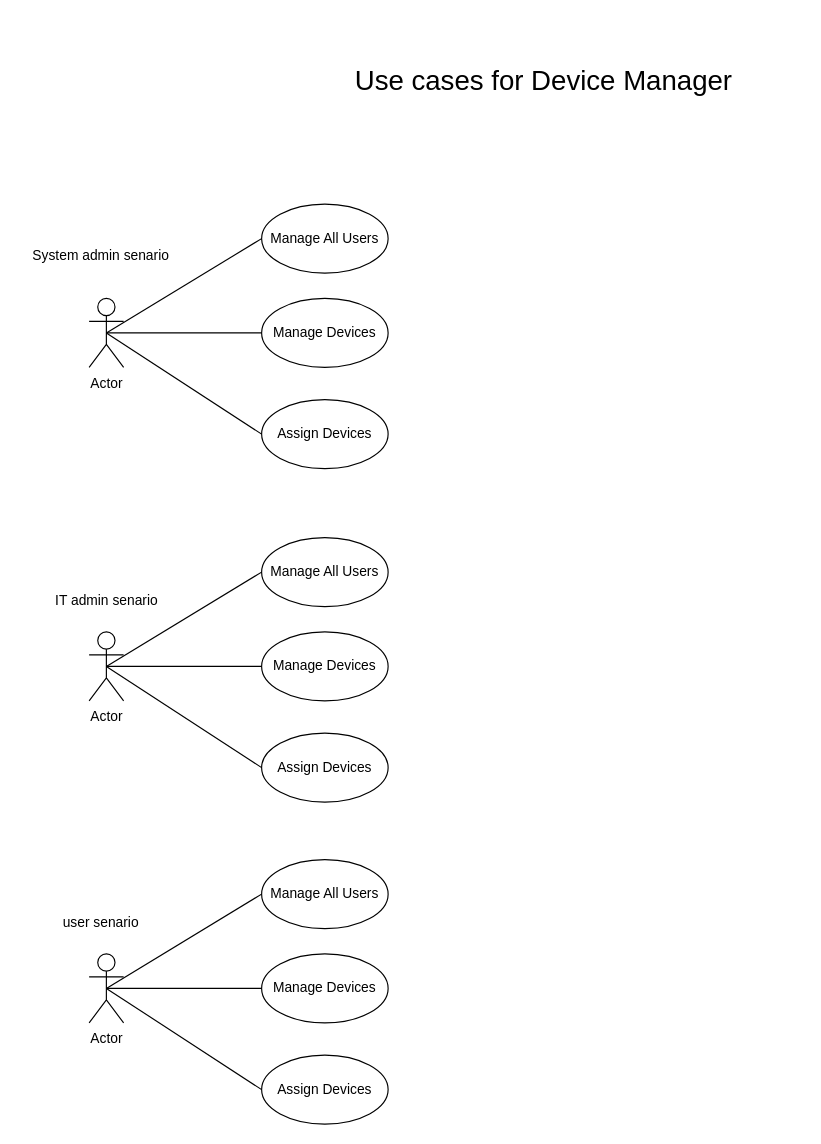
The draw.io diagram docs/Use Case Diagram.drawio in Atributties/Device-Manager-Backend, before the edit. Source tidied: cells renumbered, new cells numbered last; positions are measured from the earlier drawing's top-left corner, leaving out a move shared by most shapes. Both pictures are drawn from the tidied source at 115%, with x=0, y=0 at pixel (20, 57).
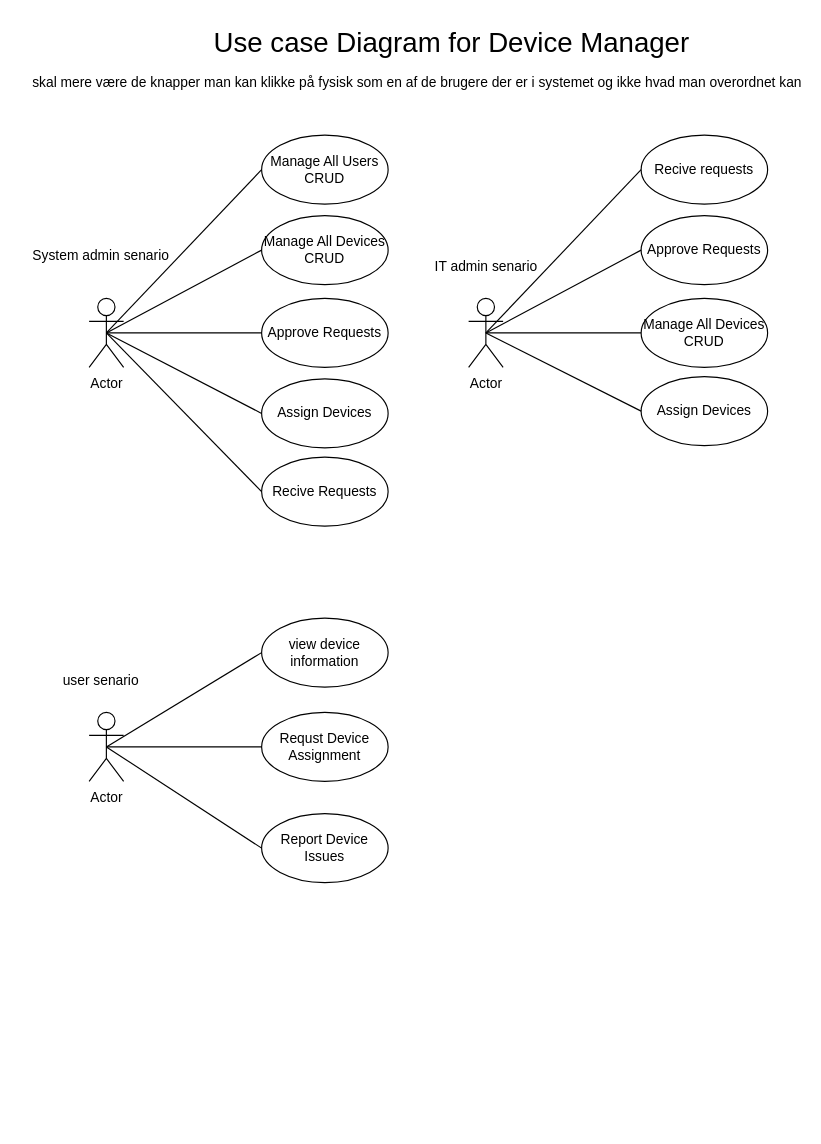
The same diagram, later.

The change refers to these unchanged cells:
```xml
<mxCell id="2" value="Actor" style="shape=umlActor;verticalLabelPosition=bottom;verticalAlign=top;html=1;outlineConnect=0;" parent="1" vertex="1">
  <mxGeometry x="60" y="209" width="30" height="60" as="geometry" />
</mxCell>
```

Diff of the diagram source:
```diff
@@
     <mxCell id="3" value="Actor" style="shape=umlActor;verticalLabelPosition=bottom;verticalAlign=top;html=1;outlineConnect=0;" parent="1" vertex="1">
-      <mxGeometry x="60" y="499" width="30" height="60" as="geometry" />
+      <mxGeometry x="390" y="209" width="30" height="60" as="geometry" />
     </mxCell>
     <mxCell id="4" value="Actor" style="shape=umlActor;verticalLabelPosition=bottom;verticalAlign=top;html=1;" parent="1" vertex="1">
-      <mxGeometry x="60" y="779" width="30" height="60" as="geometry" />
+      <mxGeometry x="60" y="569" width="30" height="60" as="geometry" />
     </mxCell>
@@
     <mxCell id="6" value="&lt;div&gt;IT admin senario&lt;/div&gt;" style="text;html=1;align=center;verticalAlign=middle;strokeColor=none;fillColor=none;" parent="1" vertex="1">
-      <mxGeometry x="20" y="457" width="110" height="30" as="geometry" />
+      <mxGeometry x="350" y="167" width="110" height="30" as="geometry" />
     </mxCell>
     <mxCell id="7" value="&lt;div&gt;user senario&lt;/div&gt;" style="text;html=1;align=center;verticalAlign=middle;strokeColor=none;fillColor=none;" parent="1" vertex="1">
-      <mxGeometry x="25" y="737" width="90" height="30" as="geometry" />
+      <mxGeometry x="25" y="527" width="90" height="30" as="geometry" />
     </mxCell>
-    <mxCell id="8" value="&lt;div&gt;&lt;font style=&quot;font-size: 24px;&quot;&gt;Use cases for Device Manager&lt;/font&gt;&lt;/div&gt;" style="text;html=1;align=center;verticalAlign=middle;strokeColor=none;fillColor=none;" parent="1" vertex="1">
-      <mxGeometry x="280" width="350" height="40" as="geometry" />
+    <mxCell id="8" value="&lt;div&gt;&lt;font style=&quot;font-size: 24px;&quot;&gt;Use case Diagram for Device Manager&lt;/font&gt;&lt;/div&gt;" style="text;html=1;align=center;verticalAlign=middle;strokeColor=none;fillColor=none;" parent="1" vertex="1">
+      <mxGeometry x="155" y="-33" width="440" height="40" as="geometry" />
     </mxCell>
-    <mxCell id="9" value="Manage All Users" style="ellipse;whiteSpace=wrap;html=1;" parent="1" vertex="1">
-      <mxGeometry x="210" y="127" width="110" height="60" as="geometry" />
+    <mxCell id="9" value="&lt;div&gt;Manage All Users&lt;/div&gt;&lt;div&gt;CRUD&lt;/div&gt;" style="ellipse;whiteSpace=wrap;html=1;" parent="1" vertex="1">
+      <mxGeometry x="210" y="67" width="110" height="60" as="geometry" />
     </mxCell>
-    <mxCell id="10" value="Manage Devices" style="ellipse;whiteSpace=wrap;html=1;" parent="1" vertex="1">
+    <mxCell id="10" value="&lt;div&gt;Approve Requests&lt;/div&gt;" style="ellipse;whiteSpace=wrap;html=1;" parent="1" vertex="1">
       <mxGeometry x="210" y="209" width="110" height="60" as="geometry" />
     </mxCell>
-    <mxCell id="11" value="Assign Devices" style="ellipse;whiteSpace=wrap;html=1;" parent="1" vertex="1">
-      <mxGeometry x="210" y="297" width="110" height="60" as="geometry" />
+    <mxCell id="11" value="Recive Requests" style="ellipse;whiteSpace=wrap;html=1;" parent="1" vertex="1">
+      <mxGeometry x="210" y="347" width="110" height="60" as="geometry" />
     </mxCell>
@@
-    <mxCell id="15" value="Manage All Users" style="ellipse;whiteSpace=wrap;html=1;" parent="1" vertex="1">
-      <mxGeometry x="210" y="417" width="110" height="60" as="geometry" />
+    <mxCell id="15" value="Recive requests" style="ellipse;whiteSpace=wrap;html=1;" parent="1" vertex="1">
+      <mxGeometry x="540" y="67" width="110" height="60" as="geometry" />
     </mxCell>
-    <mxCell id="16" value="Manage Devices" style="ellipse;whiteSpace=wrap;html=1;" parent="1" vertex="1">
-      <mxGeometry x="210" y="499" width="110" height="60" as="geometry" />
+    <mxCell id="16" value="Manage All Devices&lt;br&gt;&lt;div&gt;CRUD&lt;/div&gt;" style="ellipse;whiteSpace=wrap;html=1;" parent="1" vertex="1">
+      <mxGeometry x="540" y="209" width="110" height="60" as="geometry" />
     </mxCell>
     <mxCell id="17" value="Assign Devices" style="ellipse;whiteSpace=wrap;html=1;" parent="1" vertex="1">
-      <mxGeometry x="210" y="587" width="110" height="60" as="geometry" />
+      <mxGeometry x="540" y="277" width="110" height="60" as="geometry" />
     </mxCell>
     <mxCell id="18" style="endArrow=none;html=1;rounded=0;exitX=0;exitY=0.5;exitDx=0;exitDy=0;entryX=0.5;entryY=0.5;entryDx=0;entryDy=0;entryPerimeter=0;" parent="1" edge="1" source="15">
       <mxGeometry relative="1" as="geometry">
-        <mxPoint x="75" y="529" as="targetPoint" />
+        <mxPoint x="405" y="239" as="targetPoint" />
       </mxGeometry>
     </mxCell>
     <mxCell id="19" style="endArrow=none;html=1;rounded=0;exitX=0;exitY=0.5;exitDx=0;exitDy=0;entryX=0.5;entryY=0.5;entryDx=0;entryDy=0;entryPerimeter=0;" parent="1" edge="1" source="16">
       <mxGeometry relative="1" as="geometry">
-        <mxPoint x="75" y="529" as="targetPoint" />
+        <mxPoint x="405" y="239" as="targetPoint" />
       </mxGeometry>
     </mxCell>
     <mxCell id="20" style="endArrow=none;html=1;rounded=0;exitX=0;exitY=0.5;exitDx=0;exitDy=0;entryX=0.5;entryY=0.5;entryDx=0;entryDy=0;entryPerimeter=0;" parent="1" edge="1" source="17">
       <mxGeometry relative="1" as="geometry">
-        <mxPoint x="75" y="529" as="targetPoint" />
+        <mxPoint x="405" y="239" as="targetPoint" />
       </mxGeometry>
     </mxCell>
-    <mxCell id="21" value="Manage All Users" style="ellipse;whiteSpace=wrap;html=1;" parent="1" vertex="1">
-      <mxGeometry x="210" y="697" width="110" height="60" as="geometry" />
+    <mxCell id="21" value="view device information" style="ellipse;whiteSpace=wrap;html=1;" parent="1" vertex="1">
+      <mxGeometry x="210" y="487" width="110" height="60" as="geometry" />
     </mxCell>
-    <mxCell id="22" value="Manage Devices" style="ellipse;whiteSpace=wrap;html=1;" parent="1" vertex="1">
-      <mxGeometry x="210" y="779" width="110" height="60" as="geometry" />
+    <mxCell id="22" value="Requst Device Assignment" style="ellipse;whiteSpace=wrap;html=1;" parent="1" vertex="1">
+      <mxGeometry x="210" y="569" width="110" height="60" as="geometry" />
     </mxCell>
-    <mxCell id="23" value="Assign Devices" style="ellipse;whiteSpace=wrap;html=1;" parent="1" vertex="1">
-      <mxGeometry x="210" y="867" width="110" height="60" as="geometry" />
+    <mxCell id="23" value="Report Device Issues" style="ellipse;whiteSpace=wrap;html=1;" parent="1" vertex="1">
+      <mxGeometry x="210" y="657" width="110" height="60" as="geometry" />
     </mxCell>
     <mxCell id="24" style="endArrow=none;html=1;rounded=0;exitX=0;exitY=0.5;exitDx=0;exitDy=0;entryX=0.5;entryY=0.5;entryDx=0;entryDy=0;entryPerimeter=0;" parent="1" edge="1" source="21">
       <mxGeometry relative="1" as="geometry">
-        <mxPoint x="75" y="809" as="targetPoint" />
+        <mxPoint x="75" y="599" as="targetPoint" />
       </mxGeometry>
     </mxCell>
     <mxCell id="25" style="endArrow=none;html=1;rounded=0;exitX=0;exitY=0.5;exitDx=0;exitDy=0;entryX=0.5;entryY=0.5;entryDx=0;entryDy=0;entryPerimeter=0;" parent="1" edge="1" source="22">
       <mxGeometry relative="1" as="geometry">
-        <mxPoint x="75" y="809" as="targetPoint" />
+        <mxPoint x="75" y="599" as="targetPoint" />
       </mxGeometry>
     </mxCell>
     <mxCell id="26" style="endArrow=none;html=1;rounded=0;exitX=0;exitY=0.5;exitDx=0;exitDy=0;entryX=0.5;entryY=0.5;entryDx=0;entryDy=0;entryPerimeter=0;" parent="1" edge="1" source="23">
       <mxGeometry relative="1" as="geometry">
-        <mxPoint x="75" y="809" as="targetPoint" />
+        <mxPoint x="75" y="599" as="targetPoint" />
       </mxGeometry>
     </mxCell>
+    <mxCell id="27" value="Manage All Devices&lt;br&gt;CRUD" style="ellipse;whiteSpace=wrap;html=1;" parent="1" vertex="1">
+      <mxGeometry x="210" y="137" width="110" height="60" as="geometry" />
+    </mxCell>
+    <mxCell id="28" value="Assign Devices" style="ellipse;whiteSpace=wrap;html=1;" parent="1" vertex="1">
+      <mxGeometry x="210" y="279" width="110" height="60" as="geometry" />
+    </mxCell>
+    <mxCell id="29" value="skal mere være de knapper man kan klikke på fysisk som en af de brugere der er i systemet og ikke hvad man overordnet kan" style="text;html=1;align=center;verticalAlign=middle;strokeColor=none;fillColor=none;" parent="1" vertex="1">
+      <mxGeometry x="10" y="7" width="670" height="30" as="geometry" />
+    </mxCell>
+    <mxCell id="30" value="Approve Requests" style="ellipse;whiteSpace=wrap;html=1;" parent="1" vertex="1">
+      <mxGeometry x="540" y="137" width="110" height="60" as="geometry" />
+    </mxCell>
+    <mxCell id="31" style="endArrow=none;html=1;rounded=0;exitX=0;exitY=0.5;exitDx=0;exitDy=0;entryX=0.5;entryY=0.5;entryDx=0;entryDy=0;entryPerimeter=0;" parent="1" edge="1" source="30" target="3">
+      <mxGeometry relative="1" as="geometry" />
+    </mxCell>
+    <mxCell id="32" style="endArrow=none;html=1;rounded=0;exitX=0;exitY=0.5;exitDx=0;exitDy=0;entryX=0.5;entryY=0.5;entryDx=0;entryDy=0;entryPerimeter=0;" parent="1" edge="1" source="28" target="2">
+      <mxGeometry relative="1" as="geometry" />
+    </mxCell>
+    <mxCell id="33" style="endArrow=none;html=1;rounded=0;exitX=0;exitY=0.5;exitDx=0;exitDy=0;entryX=0.5;entryY=0.5;entryDx=0;entryDy=0;entryPerimeter=0;" parent="1" edge="1" source="27" target="2">
+      <mxGeometry relative="1" as="geometry" />
+    </mxCell>
```
